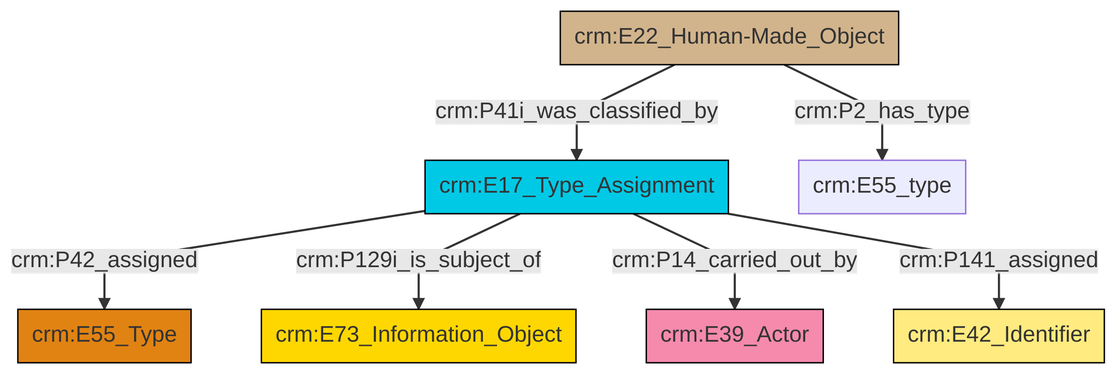
Before: et/builtWorkCSV/ttl/mmd/png/Built_Work_designation_status.png, a diagram exported from Mermaid (swiss-art-research-net/reference-data-models). Its source is kept beside it as et/builtWorkCSV/ttl/mmd/Built_Work_designation_status.ttl.mmd.
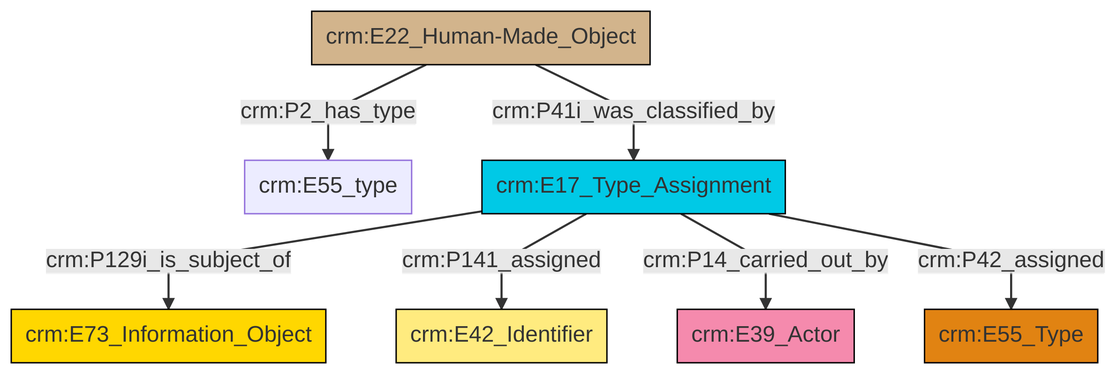
The same diagram one commit later.

Diff of the diagram source:
```diff
@@ -13,9 +13,9 @@
 classDef PC_Classes fill:#4ce600, stroke:#000000;
 classDef Multi fill:#cccccc,stroke:#000000;
 
-2["crm:E22_Human-Made_Object"]:::Physical_Thing -->|crm:P2_has_type| 4["crm:E55_type"]:::Default
-0["crm:E17_Type_Assignment"]:::Temporal_Entity -->|crm:P42_assigned| 7["crm:E55_Type"]:::Type
-0["crm:E17_Type_Assignment"]:::Temporal_Entity -->|crm:P129i_is_subject_of| 5["crm:E73_Information_Object"]:::Conceptual_Object
-0["crm:E17_Type_Assignment"]:::Temporal_Entity -->|crm:P14_carried_out_by| 9["crm:E39_Actor"]:::Actor
-2["crm:E22_Human-Made_Object"]:::Physical_Thing -->|crm:P41i_was_classified_by| 0["crm:E17_Type_Assignment"]:::Temporal_Entity
-0["crm:E17_Type_Assignment"]:::Temporal_Entity -->|crm:P141_assigned| 11["crm:E42_Identifier"]:::Appellation
+4["crm:E17_Type_Assignment"]:::Temporal_Entity -->|crm:P129i_is_subject_of| 5["crm:E73_Information_Object"]:::Conceptual_Object
+4["crm:E17_Type_Assignment"]:::Temporal_Entity -->|crm:P141_assigned| 6["crm:E42_Identifier"]:::Appellation
+4["crm:E17_Type_Assignment"]:::Temporal_Entity -->|crm:P14_carried_out_by| 2["crm:E39_Actor"]:::Actor
+10["crm:E22_Human-Made_Object"]:::Physical_Thing -->|crm:P2_has_type| 0["crm:E55_type"]:::Default
+10["crm:E22_Human-Made_Object"]:::Physical_Thing -->|crm:P41i_was_classified_by| 4["crm:E17_Type_Assignment"]:::Temporal_Entity
+4["crm:E17_Type_Assignment"]:::Temporal_Entity -->|crm:P42_assigned| 7["crm:E55_Type"]:::Type
```
